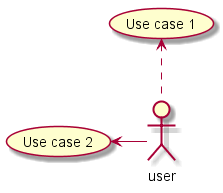
The PlantUML diagram PlantUML/usecase-diagram/uc.8_arrow2.png in izumisan/cheatsheet, before a commit.
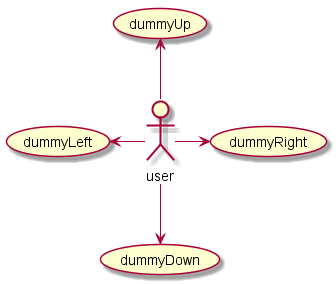
After the change.

What changed in the source:
```diff
@@ -1,4 +1,6 @@
 @startuml uc.8_arrow2
-(Use case 1) <.. :user:
-(Use case 2) <- :user:
+:user: -left-> (dummyLeft)
+:user: -right-> (dummyRight)
+:user: -up-> (dummyUp)
+:user: -down-> (dummyDown)
 @enduml
```
